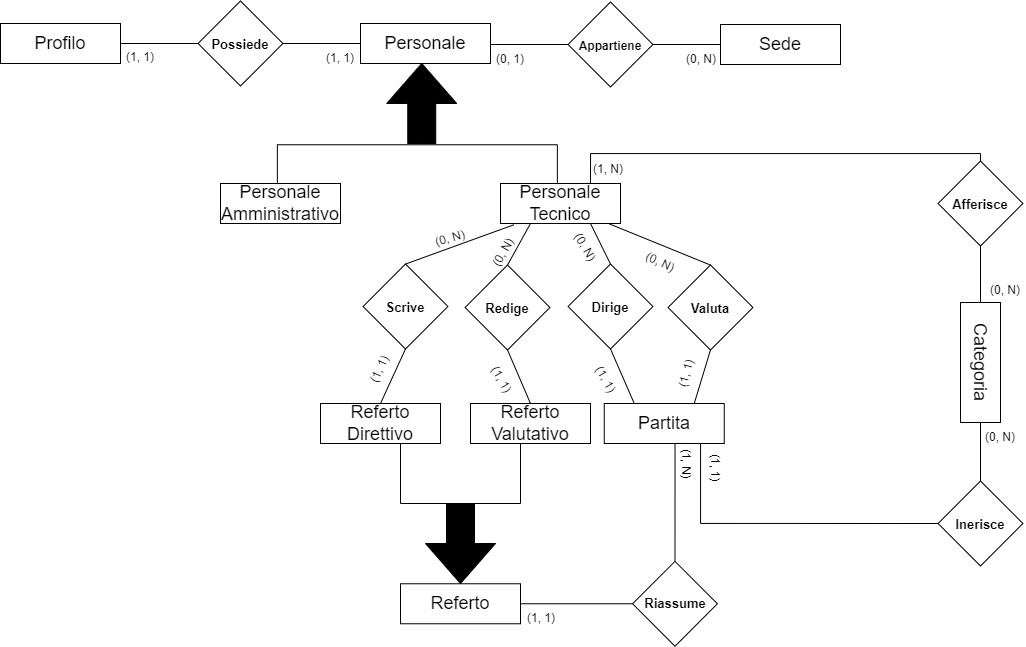
savernike/DiagramsSet keeps this draw.io diagram as ERDiagram/WhistleERRistrutturato.drawio.png. Above is the earlier version. Source tidied: cells renumbered, new cells last; positions are measured from the earlier drawing's top-left corner, leaving out a move shared by most shapes.
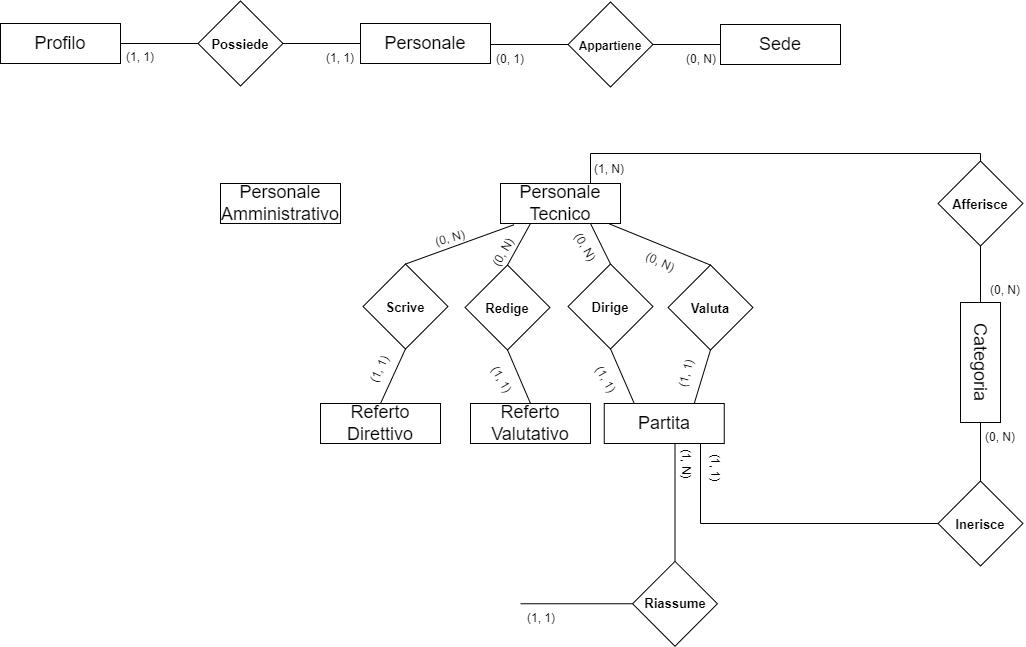
After the commit.

Commit message:
Rimozione generalizzazioni per ristrutturazione

What changed in the source:
```diff
@@ -37,12 +37,6 @@
     <mxCell id="12" value="&lt;font style=&quot;font-size: 18px;&quot;&gt;Sede&lt;/font&gt;" style="rounded=0;whiteSpace=wrap;html=1;fontFamily=Helvetica;fontSize=11;fontColor=default;" parent="1" vertex="1">
       <mxGeometry x="720" y="11" width="120" height="40" as="geometry" />
     </mxCell>
-    <mxCell id="13" style="html=1;shadow=0;dashed=0;align=center;verticalAlign=middle;shape=mxgraph.arrows2.arrow;dy=0.6;dx=40;direction=north;notch=0;fontFamily=Helvetica;fontSize=11;fontColor=default;strokeWidth=1;fillColor=#000000;" parent="1" vertex="1">
-      <mxGeometry x="386.2" y="50" width="70" height="80" as="geometry" />
-    </mxCell>
-    <mxCell id="14" style="strokeWidth=1;html=1;shape=mxgraph.flowchart.annotation_1;align=left;fontFamily=Helvetica;fontSize=11;fontColor=default;direction=south;" parent="1" vertex="1">
-      <mxGeometry x="276.9" y="131.2" width="280" height="40" as="geometry" />
-    </mxCell>
     <mxCell id="15" value="&lt;font style=&quot;font-size: 18px;&quot;&gt;Personale&lt;br&gt;Amministrativo&lt;br&gt;&lt;/font&gt;" style="rounded=0;whiteSpace=wrap;html=1;fontFamily=Helvetica;fontSize=11;fontColor=default;" parent="1" vertex="1">
       <mxGeometry x="220" y="170" width="120" height="40" as="geometry" />
     </mxCell>
@@ -122,18 +116,11 @@
     <mxCell id="37" style="endArrow=none;html=1;rounded=0;labelBackgroundColor=default;strokeColor=default;fontFamily=Helvetica;fontSize=11;fontColor=default;shape=connector;exitX=0.5;exitY=0;exitDx=0;exitDy=0;entryX=1;entryY=1;entryDx=0;entryDy=0;" parent="1" edge="1" source="35" target="18">
       <mxGeometry relative="1" as="geometry" />
     </mxCell>
-    <mxCell id="38" style="edgeStyle=orthogonalEdgeStyle;rounded=0;jettySize=auto;html=1;exitX=1;exitY=0.5;exitDx=0;exitDy=0;entryX=0;entryY=1;entryDx=0;entryDy=0;endArrow=none;endFill=0;" parent="1" edge="1" source="39" target="55">
-      <mxGeometry relative="1" as="geometry" />
+    <mxCell id="38" style="edgeStyle=orthogonalEdgeStyle;rounded=0;jettySize=auto;html=1;exitX=1;exitY=0.5;exitDx=0;exitDy=0;entryX=0;entryY=1;entryDx=0;entryDy=0;endArrow=none;endFill=0;" parent="1" edge="1" target="55">
+      <mxGeometry relative="1" as="geometry">
+        <mxPoint x="520" y="590.3" as="sourcePoint" />
+      </mxGeometry>
     </mxCell>
-    <mxCell id="39" value="&lt;font style=&quot;font-size: 18px;&quot;&gt;Referto&lt;/font&gt;" style="rounded=0;whiteSpace=wrap;html=1;fontFamily=Helvetica;fontSize=11;fontColor=default;" parent="1" vertex="1">
-      <mxGeometry x="400" y="570.3" width="120" height="40" as="geometry" />
-    </mxCell>
-    <mxCell id="40" style="html=1;shadow=0;dashed=0;align=center;verticalAlign=middle;shape=mxgraph.arrows2.arrow;dy=0.6;dx=40;direction=south;notch=0;fontFamily=Helvetica;fontSize=11;fontColor=default;fillColor=#000000;" parent="1" vertex="1">
-      <mxGeometry x="425" y="490" width="70" height="80" as="geometry" />
-    </mxCell>
-    <mxCell id="41" style="shape=partialRectangle;whiteSpace=wrap;html=1;bottom=1;right=1;left=1;top=0;fillColor=none;routingCenterX=-0.5;fontFamily=Helvetica;fontSize=11;fontColor=default;" parent="1" vertex="1">
-      <mxGeometry x="400" y="430" width="120" height="60" as="geometry" />
-    </mxCell>
     <mxCell id="42" value="(1, 1)" style="text;strokeColor=none;align=center;fillColor=none;html=1;verticalAlign=middle;whiteSpace=wrap;rounded=0;rotation=0;" parent="1" vertex="1">
       <mxGeometry x="319.5" y="30" width="40" height="30" as="geometry" />
     </mxCell>
```
